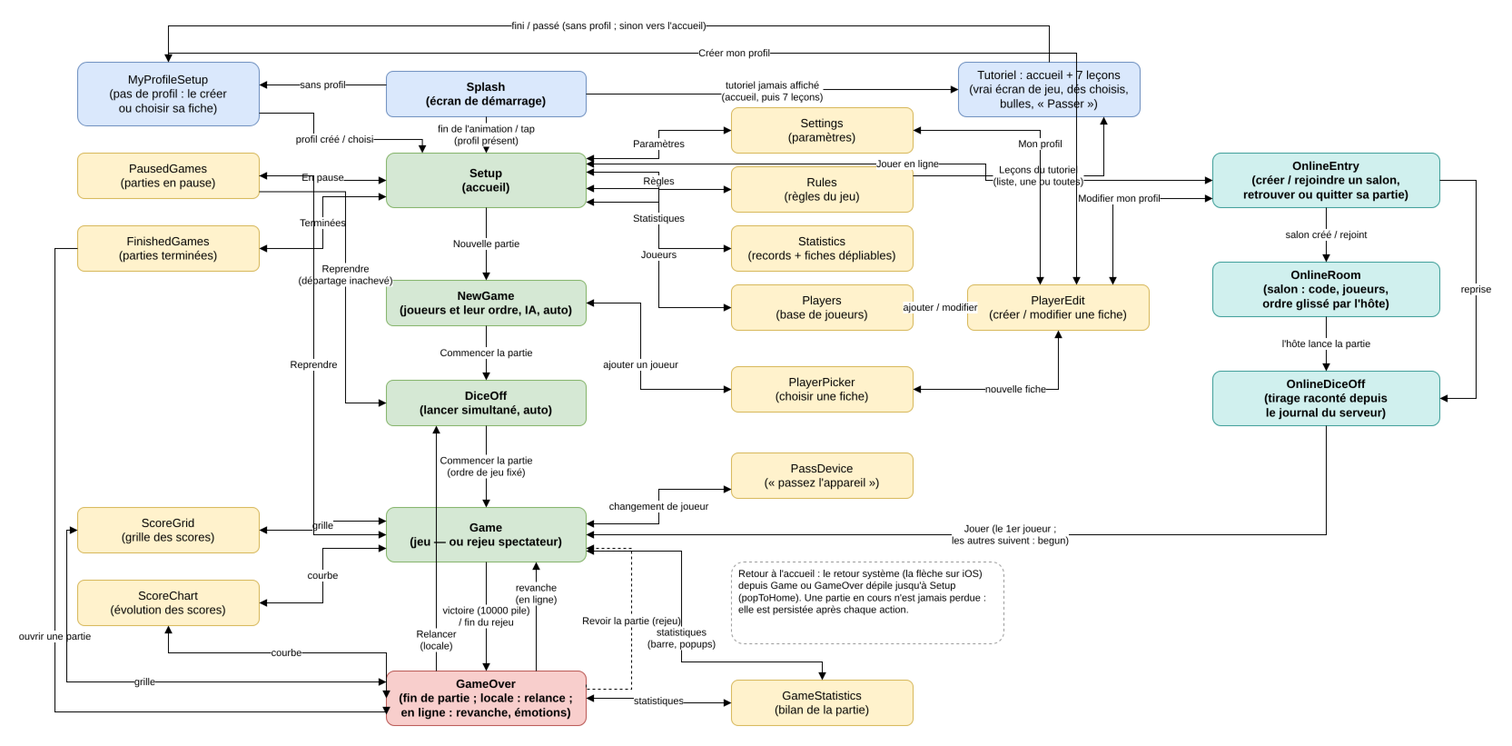
Earlier version of the draw.io export docs/screen-flow.png (microscotch/tenk). Source tidied: cells renumbered, new cells last; positions are measured from the earlier drawing's top-left corner, leaving out a move shared by most shapes.
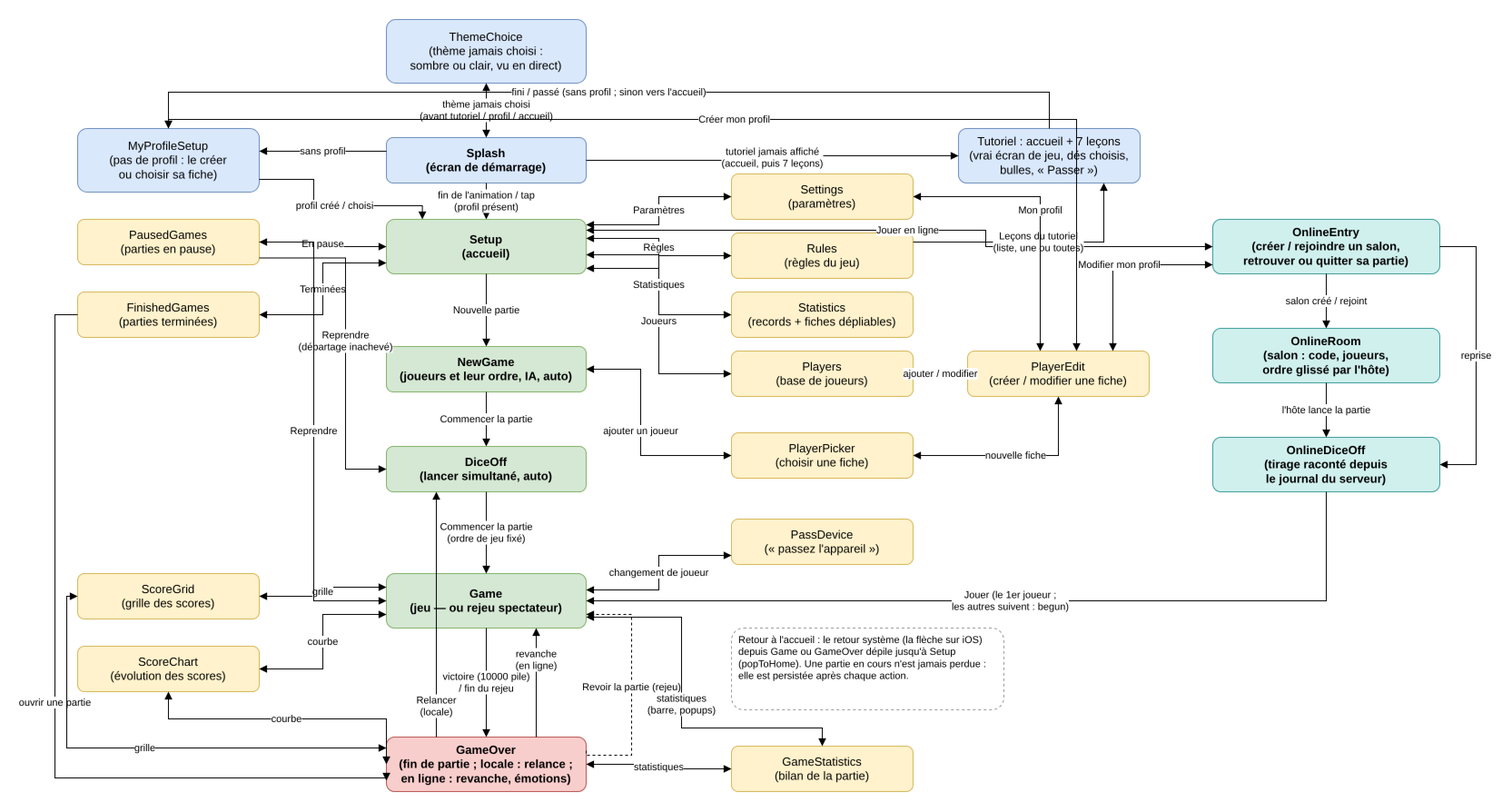
The same diagram one commit later.

What changed in the source:
```diff
@@ -216,6 +216,12 @@
         </Array>
       </mxGeometry>
     </mxCell>
+    <mxCell id="66" value="ThemeChoice&#10;(thème jamais choisi :&#10;sombre ou clair, vu en direct)" style="rounded=1;whiteSpace=wrap;html=1;fillColor=#dae8fc;strokeColor=#6c8ebf;fontSize=13;" parent="1" vertex="1">
+      <mxGeometry x="365" y="-80" width="220" height="70" as="geometry" />
+    </mxCell>
+    <mxCell id="67" value="thème jamais choisi&#10;(avant tutoriel / profil / accueil)" style="edgeStyle=orthogonalEdgeStyle;rounded=0;html=1;fontSize=11;startArrow=block;startFill=1;endArrow=block;endFill=1;labelBackgroundColor=#ffffff;" parent="1" edge="1" source="2" target="66">
+      <mxGeometry relative="1" as="geometry" />
+    </mxCell>
     <mxCell id="55" value="MyProfileSetup&#10;(pas de profil : le créer&#10;ou choisir sa fiche)" style="rounded=1;whiteSpace=wrap;html=1;fillColor=#dae8fc;strokeColor=#6c8ebf;fontSize=13;" parent="1" vertex="1">
       <mxGeometry x="25" y="40" width="200" height="70" as="geometry" />
     </mxCell>
```
